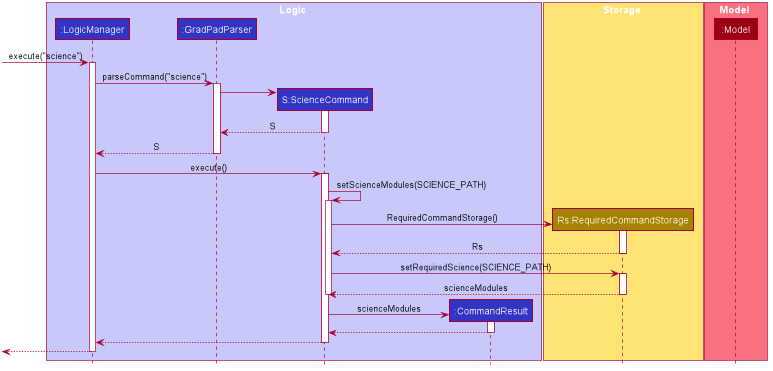
This is docs/images/ScienceSequenceDiagram.png from yan-soon/tp, a PlantUML export, as it was before one commit.
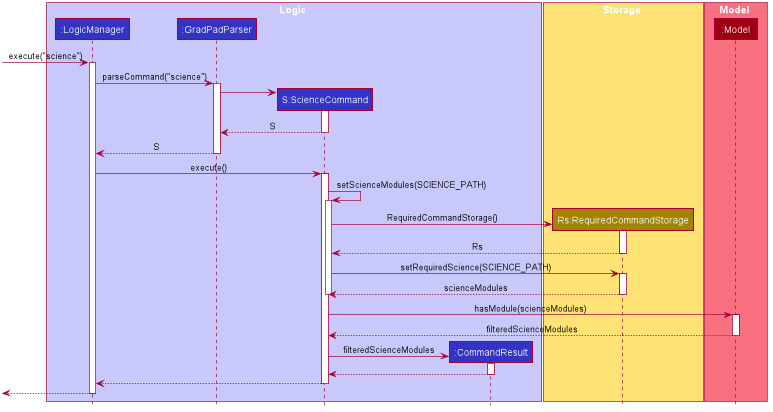
After the change.

Commit message:
update gem and science seq diagram and descriptions to include Model interaction

What changed in the source:
```diff
@@ -101,8 +101,14 @@
 
 deactivate ScienceCommand
 
+ScienceCommand -> Model : hasModule(scienceModules)
+activate Model
+
+Model --> ScienceCommand : filteredScienceModules
+deactivate Model
+
 create CommandResult
-ScienceCommand -> CommandResult : scienceModules
+ScienceCommand -> CommandResult : filteredScienceModules
 activate CommandResult
 
 CommandResult --> ScienceCommand
```
